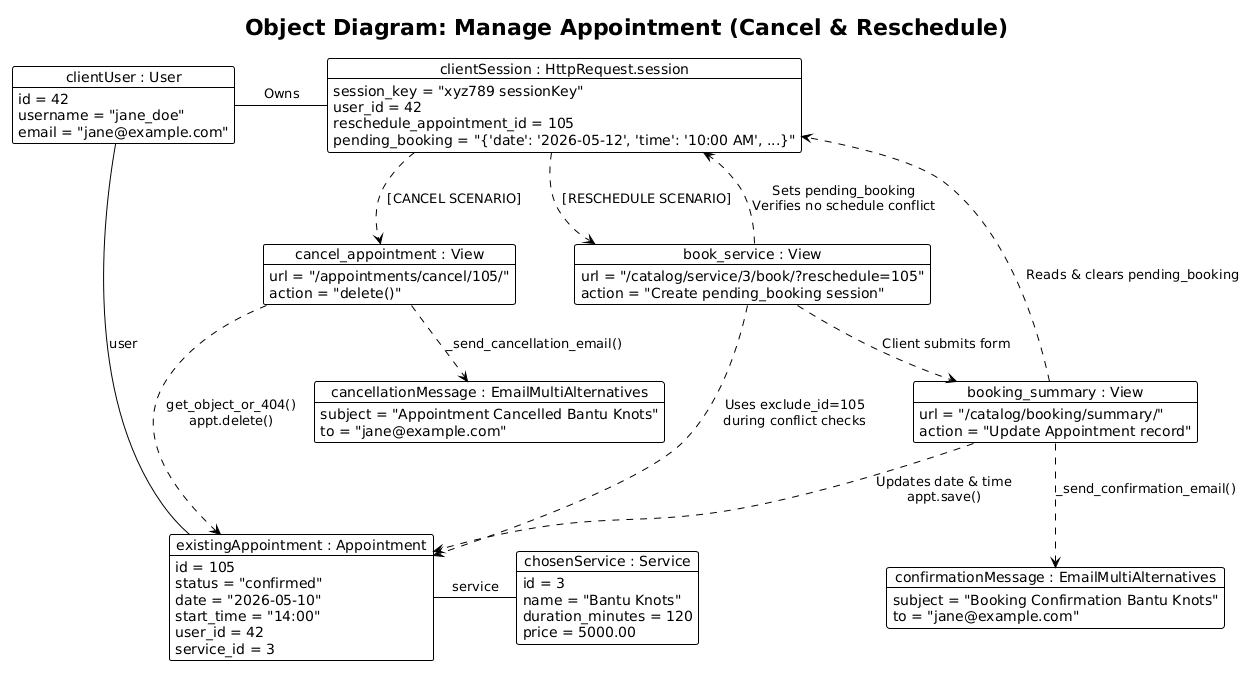
Above: Manage_Appointment_Object_Diagram.png in mahxri/COMP2171-Hair-Booking (PlantUML), before the change.
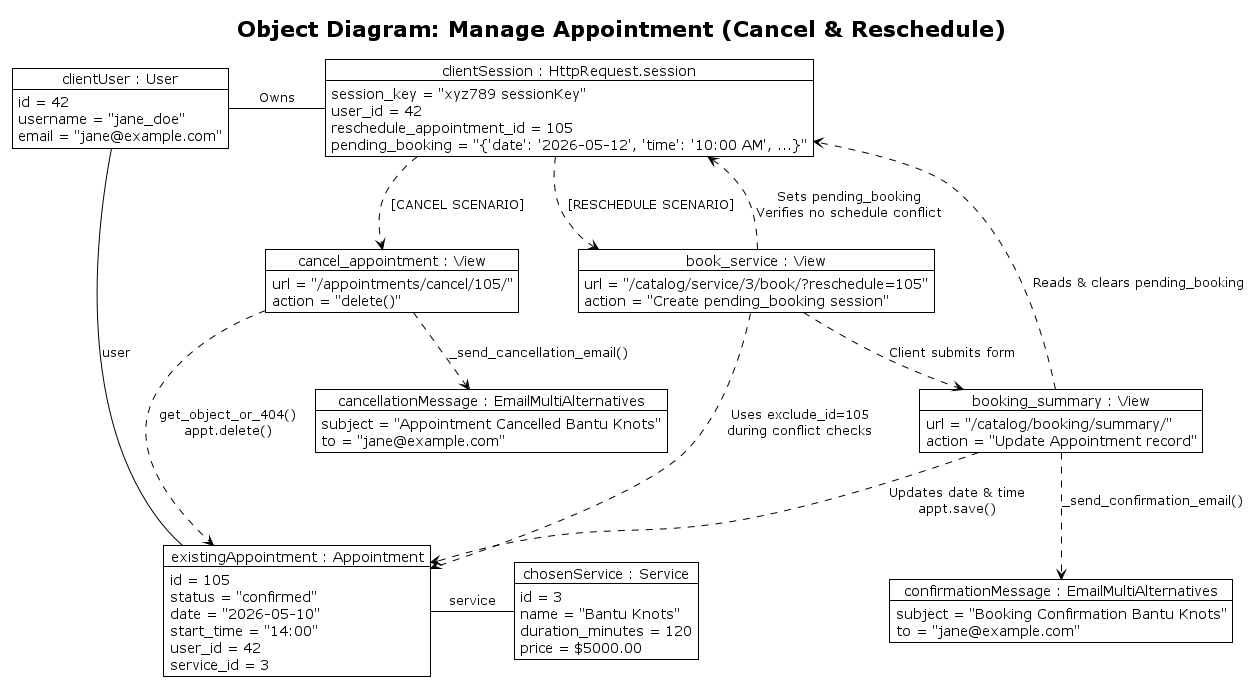
The same file after the commit.

What changed in the source:
```diff
@@ -1,4 +1,4 @@
-@startuml
+@startuml Manage_Appointment_Object_Diagram
 !theme plain
 hide empty description
 title Object Diagram: Manage Appointment (Cancel & Reschedule)
@@ -29,7 +29,7 @@
     id = 3
     name = "Bantu Knots"
     duration_minutes = 120
-    price = 5000.00
+    price = $5000.00
 }
 
 object "cancel_appointment : View" as cancel_view {
@@ -73,4 +73,5 @@
 summary_view ..> session : "Reads & clears pending_booking"
 summary_view ..> appt : "Updates date & time\nappt.save()"
 summary_view ..> confirm_email : "_send_confirmation_email()"
+
 @enduml
```
